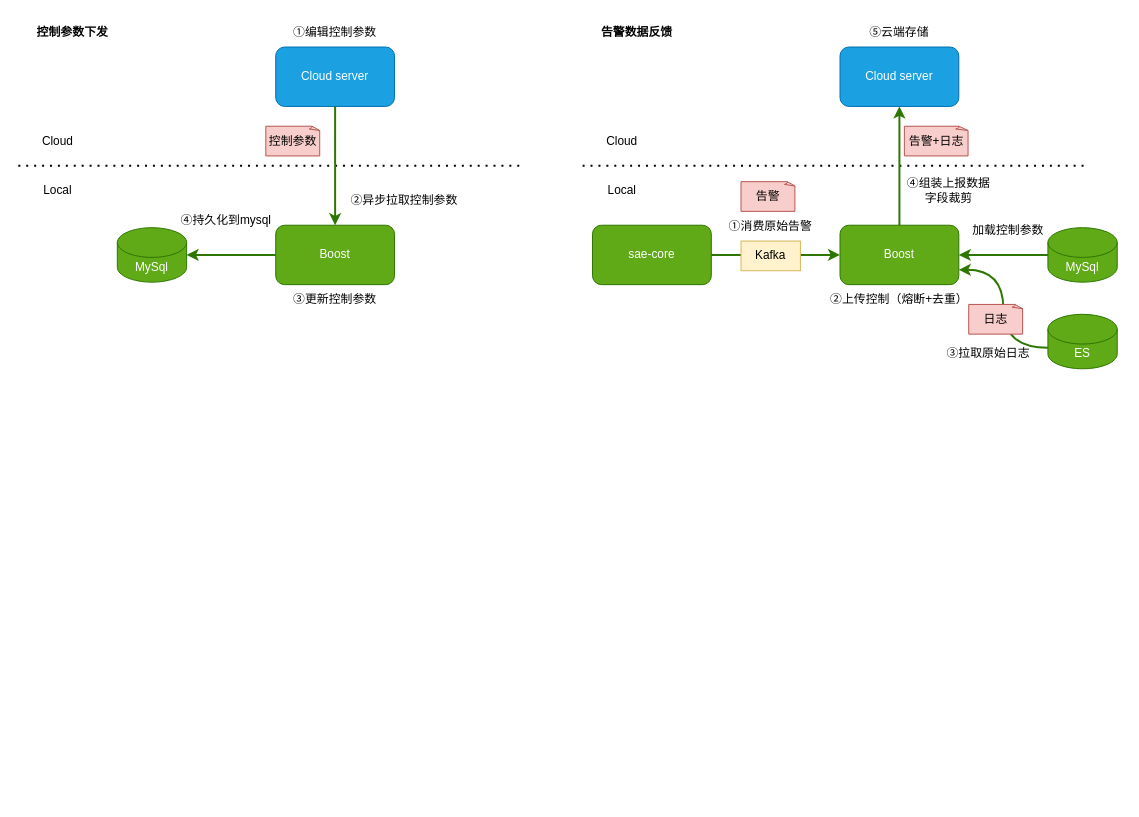
Above: cloud_alarm_integration.drawio in popvlovs/popvlovs-repository (draw.io), before the change. Source tidied: cells renumbered, new cells numbered last; positions are measured from the earlier drawing's top-left corner, leaving out a move shared by most shapes. Both pictures are drawn from the tidied source at 99%, with x=0, y=0 at pixel (18, 17).
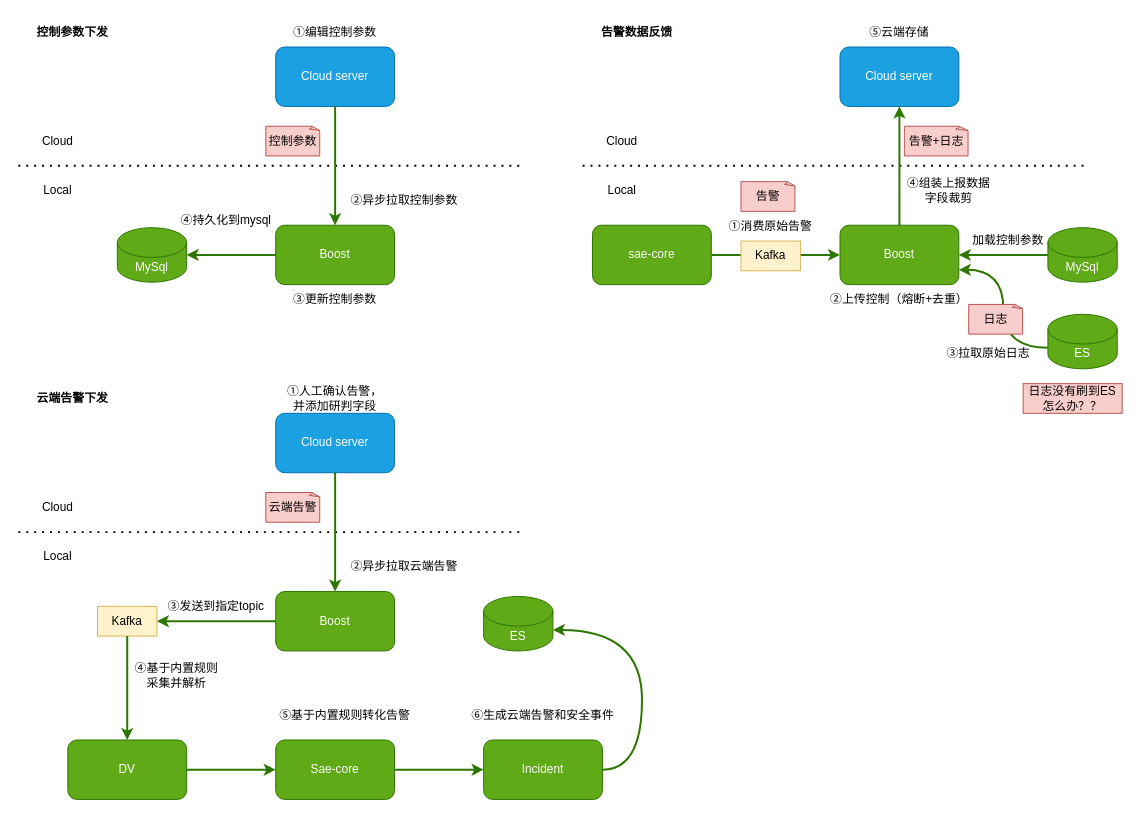
The same diagram, later.

What changed in the source:
```diff
@@
     <mxCell id="25" value="加载控制参数" style="text;html=1;strokeColor=none;fillColor=none;align=center;verticalAlign=middle;whiteSpace=wrap;rounded=0;fontSize=12;fontColor=#000000;" parent="1" vertex="1">
-      <mxGeometry x="950" y="200" width="100" height="30" as="geometry" />
+      <mxGeometry x="950" y="210" width="100" height="30" as="geometry" />
     </mxCell>
@@
+    <mxCell id="39" value="日志没有刷到ES怎么办？？" style="text;html=1;strokeColor=#b85450;fillColor=#f8cecc;align=center;verticalAlign=middle;whiteSpace=wrap;rounded=0;fontSize=12;" parent="1" vertex="1">
+      <mxGeometry x="1015" y="370" width="100" height="30" as="geometry" />
+    </mxCell>
+    <mxCell id="40" style="endArrow=none;dashed=1;html=1;dashPattern=1 3;strokeWidth=2;rounded=0;" parent="1" edge="1">
+      <mxGeometry relative="1" as="geometry">
+        <mxPoint y="520" as="sourcePoint" />
+        <mxPoint x="510" y="520" as="targetPoint" />
+      </mxGeometry>
+    </mxCell>
+    <mxCell id="41" value="Boost" style="rounded=1;whiteSpace=wrap;html=1;fillColor=#60a917;fontColor=#ffffff;strokeColor=#2D7600;" parent="1" vertex="1">
+      <mxGeometry x="260" y="580" width="120" height="60" as="geometry" />
+    </mxCell>
+    <mxCell id="42" value="Cloud server" style="rounded=1;whiteSpace=wrap;html=1;fontSize=12;fillColor=#1ba1e2;fontColor=#ffffff;strokeColor=#006EAF;" parent="1" vertex="1">
+      <mxGeometry x="260" y="400" width="120" height="60" as="geometry" />
+    </mxCell>
+    <mxCell id="43" style="endArrow=classic;html=1;rounded=0;fontSize=12;fillColor=#60a917;strokeColor=#2D7600;exitX=0.5;exitY=1;exitDx=0;exitDy=0;entryX=0.5;entryY=0;entryDx=0;entryDy=0;strokeWidth=2;" parent="1" edge="1" source="42" target="41">
+      <mxGeometry relative="1" as="geometry" />
+    </mxCell>
+    <mxCell id="44" value="云端告警" style="whiteSpace=wrap;html=1;shape=mxgraph.basic.document;fontSize=12;fillColor=#f8cecc;strokeColor=#b85450;" parent="1" vertex="1">
+      <mxGeometry x="250" y="480" width="55" height="30" as="geometry" />
+    </mxCell>
+    <mxCell id="45" value="①人工确认告警，并添加研判字段" style="text;html=1;strokeColor=none;fillColor=none;align=center;verticalAlign=middle;whiteSpace=wrap;rounded=0;fontSize=12;fontColor=#000000;" parent="1" vertex="1">
+      <mxGeometry x="270" y="370" width="100" height="30" as="geometry" />
+    </mxCell>
+    <mxCell id="46" value="②异步拉取云端告警" style="text;html=1;strokeColor=none;fillColor=none;align=center;verticalAlign=middle;whiteSpace=wrap;rounded=0;fontSize=12;fontColor=#000000;" parent="1" vertex="1">
+      <mxGeometry x="330" y="540" width="120" height="30" as="geometry" />
+    </mxCell>
+    <mxCell id="47" value="③发送到指定topic" style="text;html=1;strokeColor=none;fillColor=none;align=center;verticalAlign=middle;whiteSpace=wrap;rounded=0;fontSize=12;fontColor=#000000;" parent="1" vertex="1">
+      <mxGeometry x="140" y="580" width="120" height="30" as="geometry" />
+    </mxCell>
+    <mxCell id="48" value="Cloud" style="text;html=1;strokeColor=none;fillColor=none;align=center;verticalAlign=middle;whiteSpace=wrap;rounded=0;fontSize=12;fontColor=#000000;" parent="1" vertex="1">
+      <mxGeometry x="10" y="480" width="60" height="30" as="geometry" />
+    </mxCell>
+    <mxCell id="49" value="Local" style="text;html=1;strokeColor=none;fillColor=none;align=center;verticalAlign=middle;whiteSpace=wrap;rounded=0;fontSize=12;fontColor=#000000;" parent="1" vertex="1">
+      <mxGeometry x="10" y="530" width="60" height="30" as="geometry" />
+    </mxCell>
+    <mxCell id="50" value="云端告警下发" style="text;html=1;strokeColor=none;fillColor=none;align=center;verticalAlign=middle;whiteSpace=wrap;rounded=0;fontSize=12;fontColor=#000000;fontStyle=1;" parent="1" vertex="1">
+      <mxGeometry x="10" y="370" width="90" height="30" as="geometry" />
+    </mxCell>
+    <mxCell id="51" value="ES" style="shape=cylinder3;whiteSpace=wrap;html=1;boundedLbl=1;backgroundOutline=1;size=15;fillColor=#60a917;fontColor=#ffffff;strokeColor=#2D7600;" parent="1" vertex="1">
+      <mxGeometry x="470" y="585" width="70" height="55" as="geometry" />
+    </mxCell>
+    <mxCell id="52" value="DV" style="rounded=1;whiteSpace=wrap;html=1;fillColor=#60a917;fontColor=#ffffff;strokeColor=#2D7600;" parent="1" vertex="1">
+      <mxGeometry x="50" y="730" width="120" height="60" as="geometry" />
+    </mxCell>
+    <mxCell id="53" value="Kafka" style="rounded=0;whiteSpace=wrap;html=1;fontSize=12;fillColor=#fff2cc;strokeColor=#d6b656;" parent="1" vertex="1">
+      <mxGeometry x="80" y="595" width="60" height="30" as="geometry" />
+    </mxCell>
+    <mxCell id="54" style="endArrow=classic;html=1;rounded=0;fontSize=12;fillColor=#60a917;strokeColor=#2D7600;exitX=0;exitY=0.5;exitDx=0;exitDy=0;entryX=1;entryY=0.5;entryDx=0;entryDy=0;strokeWidth=2;" parent="1" edge="1" source="41" target="53">
+      <mxGeometry relative="1" as="geometry" />
+    </mxCell>
+    <mxCell id="55" style="endArrow=classic;html=1;rounded=0;fontSize=12;fillColor=#60a917;strokeColor=#2D7600;exitX=0.5;exitY=1;exitDx=0;exitDy=0;entryX=0.5;entryY=0;entryDx=0;entryDy=0;strokeWidth=2;" parent="1" edge="1" source="53" target="52">
+      <mxGeometry relative="1" as="geometry" />
+    </mxCell>
+    <mxCell id="56" value="④基于内置规则&lt;br&gt;采集并解析" style="text;html=1;strokeColor=none;fillColor=none;align=center;verticalAlign=middle;whiteSpace=wrap;rounded=0;fontSize=12;fontColor=#000000;" parent="1" vertex="1">
+      <mxGeometry x="90" y="650" width="140" height="30" as="geometry" />
+    </mxCell>
+    <mxCell id="57" value="Sae-core" style="rounded=1;whiteSpace=wrap;html=1;fillColor=#60a917;fontColor=#ffffff;strokeColor=#2D7600;" parent="1" vertex="1">
+      <mxGeometry x="260" y="730" width="120" height="60" as="geometry" />
+    </mxCell>
+    <mxCell id="58" style="endArrow=classic;html=1;rounded=0;fontSize=12;fillColor=#60a917;strokeColor=#2D7600;exitX=1;exitY=0.5;exitDx=0;exitDy=0;entryX=0;entryY=0.5;entryDx=0;entryDy=0;strokeWidth=2;" parent="1" edge="1" source="52" target="57">
+      <mxGeometry relative="1" as="geometry" />
+    </mxCell>
+    <mxCell id="59" value="⑤基于内置规则转化告警" style="text;html=1;strokeColor=none;fillColor=none;align=center;verticalAlign=middle;whiteSpace=wrap;rounded=0;fontSize=12;fontColor=#000000;" parent="1" vertex="1">
+      <mxGeometry x="240" y="690" width="180" height="30" as="geometry" />
+    </mxCell>
+    <mxCell id="60" value="Incident" style="rounded=1;whiteSpace=wrap;html=1;fillColor=#60a917;fontColor=#ffffff;strokeColor=#2D7600;" parent="1" vertex="1">
+      <mxGeometry x="470" y="730" width="120" height="60" as="geometry" />
+    </mxCell>
+    <mxCell id="61" style="endArrow=classic;html=1;rounded=0;fontSize=12;fillColor=#60a917;strokeColor=#2D7600;exitX=1;exitY=0.5;exitDx=0;exitDy=0;entryX=0;entryY=0.5;entryDx=0;entryDy=0;strokeWidth=2;" parent="1" edge="1" source="57" target="60">
+      <mxGeometry relative="1" as="geometry" />
+    </mxCell>
+    <mxCell id="62" style="endArrow=classic;html=1;rounded=0;fontSize=12;fillColor=#60a917;strokeColor=#2D7600;exitX=1;exitY=0.5;exitDx=0;exitDy=0;entryX=1;entryY=0;entryDx=0;entryDy=33.75;strokeWidth=2;entryPerimeter=0;edgeStyle=orthogonalEdgeStyle;curved=1;" parent="1" edge="1" source="60" target="51">
+      <mxGeometry relative="1" as="geometry">
+        <Array as="points">
+          <mxPoint x="630" y="760" />
+          <mxPoint x="630" y="619" />
+        </Array>
+      </mxGeometry>
+    </mxCell>
+    <mxCell id="63" value="⑥生成云端告警和安全事件" style="text;html=1;strokeColor=none;fillColor=none;align=center;verticalAlign=middle;whiteSpace=wrap;rounded=0;fontSize=12;fontColor=#000000;" parent="1" vertex="1">
+      <mxGeometry x="455" y="690" width="150" height="30" as="geometry" />
+    </mxCell>
```
